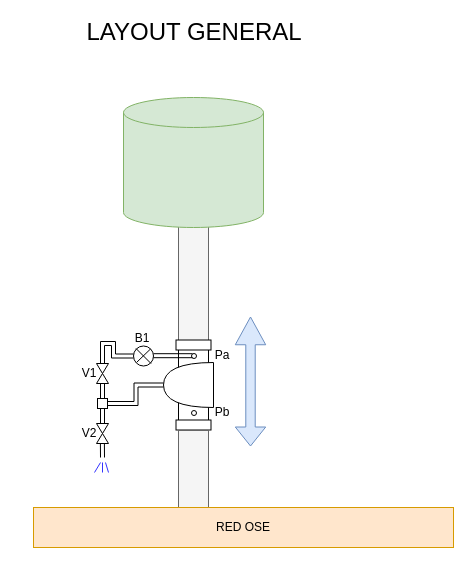
Earlier version of the draw.io diagram page "GeneralView" (1 of 8) of FLOWCHART.drawio (DptoProyectos/Tablero-Control-Reguladora). Source tidied: cells renumbered, new cells numbered last; positions are measured from the earlier drawing's top-left corner, leaving out a move shared by most shapes. Both pictures are drawn from the tidied source at 100%, with x=0, y=0 at pixel (33, 17).
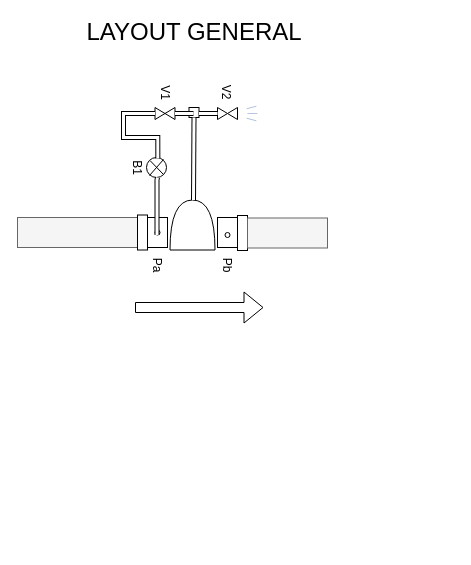
The same diagram, later.

Change to the diagram source:
```diff
@@
+    <mxCell id="38" value="&lt;font style=&quot;font-size: 24px;&quot;&gt;LAYOUT GENERAL&lt;/font&gt;" style="text;html=1;strokeColor=none;fillColor=none;align=center;verticalAlign=middle;whiteSpace=wrap;rounded=0;strokeWidth=8;" parent="1" vertex="1">
+      <mxGeometry x="35.5" width="250" height="30" as="geometry" />
+    </mxCell>
-    <mxCell id="2" style="rounded=0;whiteSpace=wrap;html=1;rotation=90;fillColor=#f5f5f5;fontColor=#333333;strokeColor=#666666;" parent="1" vertex="1">
-      <mxGeometry x="100" y="250" width="120" height="30" as="geometry" />
+    <mxCell id="2" style="rounded=0;whiteSpace=wrap;html=1;rotation=180;fillColor=#f5f5f5;fontColor=#333333;strokeColor=#666666;" parent="1" vertex="1">
+      <mxGeometry x="-16" y="200" width="120" height="30" as="geometry" />
     </mxCell>
-    <mxCell id="3" style="shape=cylinder3;whiteSpace=wrap;html=1;boundedLbl=1;backgroundOutline=1;size=15;fillColor=#d5e8d4;strokeColor=#82b366;" parent="1" vertex="1">
-      <mxGeometry x="90" y="80" width="140" height="130" as="geometry" />
-    </mxCell>
-    <mxCell id="4" style="rounded=0;whiteSpace=wrap;html=1;rotation=90;" parent="1" vertex="1">
-      <mxGeometry x="150" y="327" width="20" height="30" as="geometry" />
+    <mxCell id="4" style="rounded=0;whiteSpace=wrap;html=1;rotation=180;" parent="1" vertex="1">
+      <mxGeometry x="184" y="200" width="20" height="30" as="geometry" />
     </mxCell>
-    <mxCell id="5" style="rounded=0;whiteSpace=wrap;html=1;rotation=90;" parent="1" vertex="1">
-      <mxGeometry x="155" y="310" width="10" height="35" as="geometry" />
+    <mxCell id="5" style="rounded=0;whiteSpace=wrap;html=1;rotation=180;" parent="1" vertex="1">
+      <mxGeometry x="204" y="198" width="10" height="35" as="geometry" />
     </mxCell>
-    <mxCell id="6" style="rounded=0;whiteSpace=wrap;html=1;rotation=90;" parent="1" vertex="1">
-      <mxGeometry x="150" y="380" width="20" height="30" as="geometry" />
+    <mxCell id="6" style="rounded=0;whiteSpace=wrap;html=1;rotation=180;" parent="1" vertex="1">
+      <mxGeometry x="114" y="200" width="20" height="30" as="geometry" />
     </mxCell>
-    <mxCell id="7" style="shape=or;whiteSpace=wrap;html=1;rotation=-180;" parent="1" vertex="1">
-      <mxGeometry x="130" y="345" width="50" height="45" as="geometry" />
+    <mxCell id="7" style="shape=or;whiteSpace=wrap;html=1;rotation=-90;" parent="1" vertex="1">
+      <mxGeometry x="134" y="185" width="50" height="45" as="geometry" />
     </mxCell>
-    <mxCell id="8" style="rounded=0;whiteSpace=wrap;html=1;rotation=90;" parent="1" vertex="1">
-      <mxGeometry x="155" y="390" width="10" height="35" as="geometry" />
+    <mxCell id="8" style="rounded=0;whiteSpace=wrap;html=1;rotation=-180;" parent="1" vertex="1">
+      <mxGeometry x="104" y="197.5" width="10" height="35" as="geometry" />
     </mxCell>
-    <mxCell id="9" style="rounded=0;whiteSpace=wrap;html=1;rotation=90;fillColor=#f5f5f5;fontColor=#333333;strokeColor=#666666;" parent="1" vertex="1">
-      <mxGeometry x="120" y="438" width="80" height="30" as="geometry" />
+    <mxCell id="9" style="rounded=0;whiteSpace=wrap;html=1;rotation=180;fillColor=#f5f5f5;fontColor=#333333;strokeColor=#666666;" parent="1" vertex="1">
+      <mxGeometry x="214" y="200.5" width="80" height="30" as="geometry" />
     </mxCell>
-    <mxCell id="10" value="RED OSE" style="rounded=0;whiteSpace=wrap;html=1;rotation=0;fillColor=#ffe6cc;strokeColor=#d79b00;" parent="1" vertex="1">
-      <mxGeometry y="490" width="420" height="40" as="geometry" />
-    </mxCell>
-    <mxCell id="11" style="ellipse;whiteSpace=wrap;html=1;" parent="1" vertex="1">
-      <mxGeometry x="158" y="336" width="5" height="5" as="geometry" />
+    <mxCell id="11" style="ellipse;whiteSpace=wrap;html=1;rotation=90;" parent="1" vertex="1">
+      <mxGeometry x="191.5" y="215" width="5" height="5" as="geometry" />
     </mxCell>
-    <mxCell id="12" style="ellipse;whiteSpace=wrap;html=1;" parent="1" vertex="1">
-      <mxGeometry x="158" y="393" width="5" height="5" as="geometry" />
+    <mxCell id="12" style="ellipse;whiteSpace=wrap;html=1;rotation=90;" parent="1" vertex="1">
+      <mxGeometry x="121.5" y="212.5" width="5" height="5" as="geometry" />
     </mxCell>
-    <mxCell id="13" style="shape=flexArrow;endArrow=classic;startArrow=classic;html=1;rounded=0;width=9.411764705882353;endSize=8.91764705882353;fillColor=#dae8fc;strokeColor=#6c8ebf;" parent="1" edge="1">
-      <mxGeometry relative="1" as="geometry">
-        <mxPoint x="217" y="429" as="sourcePoint" />
-        <mxPoint x="217" y="299" as="targetPoint" />
-      </mxGeometry>
-    </mxCell>
-    <mxCell id="14" value="Pa" style="text;html=1;strokeColor=none;fillColor=none;align=center;verticalAlign=middle;whiteSpace=wrap;rounded=0;" parent="1" vertex="1">
-      <mxGeometry x="159" y="322.5" width="60" height="30" as="geometry" />
+    <mxCell id="14" value="Pa" style="text;html=1;strokeColor=none;fillColor=none;align=center;verticalAlign=middle;whiteSpace=wrap;rounded=0;rotation=90;" parent="1" vertex="1">
+      <mxGeometry x="94" y="233" width="60" height="30" as="geometry" />
     </mxCell>
-    <mxCell id="15" value="Pb" style="text;html=1;strokeColor=none;fillColor=none;align=center;verticalAlign=middle;whiteSpace=wrap;rounded=0;" parent="1" vertex="1">
-      <mxGeometry x="159" y="380" width="60" height="30" as="geometry" />
+    <mxCell id="15" value="Pb" style="text;html=1;strokeColor=none;fillColor=none;align=center;verticalAlign=middle;whiteSpace=wrap;rounded=0;rotation=90;" parent="1" vertex="1">
+      <mxGeometry x="164" y="233" width="60" height="30" as="geometry" />
     </mxCell>
-    <mxCell id="16" style="edgeStyle=orthogonalEdgeStyle;rounded=0;jettySize=auto;html=1;entryX=0;entryY=0.5;entryDx=0;entryDy=0;shape=link;strokeWidth=1;" parent="1" edge="1" source="21" target="19">
-      <mxGeometry relative="1" as="geometry" />
-    </mxCell>
-    <mxCell id="17" style="group;rotation=-90;" parent="1" vertex="1">
-      <mxGeometry x="59" y="350" width="20" height="12" as="geometry" />
+    <mxCell id="17" style="group;rotation=0;" parent="1" vertex="1">
+      <mxGeometry x="184" y="90" width="20" height="12" as="geometry" />
     </mxCell>
-    <mxCell id="18" style="triangle;whiteSpace=wrap;html=1;rotation=-90;" parent="17" vertex="1">
-      <mxGeometry x="5" y="5" width="10" height="12" as="geometry" />
+    <mxCell id="18" style="triangle;whiteSpace=wrap;html=1;rotation=0;" parent="17" vertex="1">
+      <mxGeometry width="10" height="12" as="geometry" />
     </mxCell>
-    <mxCell id="19" style="triangle;whiteSpace=wrap;html=1;rotation=-270;" parent="17" vertex="1">
-      <mxGeometry x="5" y="-5" width="10" height="12" as="geometry" />
+    <mxCell id="19" style="triangle;whiteSpace=wrap;html=1;rotation=-180;" parent="17" vertex="1">
+      <mxGeometry x="10" width="10" height="12" as="geometry" />
     </mxCell>
-    <mxCell id="20" style="group;" parent="1" vertex="1">
-      <mxGeometry x="100" y="328.5" width="20" height="20" as="geometry" />
+    <mxCell id="20" style="group;rotation=90;" parent="1" vertex="1">
+      <mxGeometry x="113" y="140" width="20" height="20" as="geometry" />
     </mxCell>
-    <mxCell id="21" style="ellipse;whiteSpace=wrap;html=1;" parent="20" vertex="1">
+    <mxCell id="21" style="ellipse;whiteSpace=wrap;html=1;rotation=90;" parent="20" vertex="1">
       <mxGeometry width="20" height="20" as="geometry" />
     </mxCell>
@@
     <mxCell id="23" style="endArrow=none;html=1;rounded=0;" parent="20" edge="1">
       <mxGeometry relative="1" as="geometry">
-        <mxPoint x="2.5" y="2.5" as="sourcePoint" />
-        <mxPoint x="17.5" y="17.5" as="targetPoint" />
+        <mxPoint x="17" y="2" as="sourcePoint" />
+        <mxPoint x="3" y="18" as="targetPoint" />
       </mxGeometry>
     </mxCell>
-    <mxCell id="24" style="edgeStyle=orthogonalEdgeStyle;rounded=0;jettySize=auto;html=1;entryX=1;entryY=0.5;entryDx=0;entryDy=0;shape=link;strokeWidth=1;" parent="1" edge="1" target="21">
-      <mxGeometry relative="1" as="geometry">
-        <mxPoint x="159" y="338.2" as="sourcePoint" />
-      </mxGeometry>
-    </mxCell>
-    <mxCell id="25" style="group;rotation=-90;" parent="1" vertex="1">
-      <mxGeometry x="59" y="410" width="20" height="12" as="geometry" />
-    </mxCell>
-    <mxCell id="26" style="triangle;whiteSpace=wrap;html=1;rotation=-90;" parent="25" vertex="1">
-      <mxGeometry x="5" y="5" width="10" height="12" as="geometry" />
-    </mxCell>
-    <mxCell id="27" style="triangle;whiteSpace=wrap;html=1;rotation=-270;" parent="25" vertex="1">
-      <mxGeometry x="5" y="-5" width="10" height="12" as="geometry" />
-    </mxCell>
-    <mxCell id="28" style="edgeStyle=orthogonalEdgeStyle;shape=link;rounded=0;jettySize=auto;html=1;strokeWidth=1;exitX=0;exitY=0.5;exitDx=0;exitDy=0;" parent="1" edge="1" source="27">
-      <mxGeometry relative="1" as="geometry">
-        <mxPoint x="69" y="380" as="targetPoint" />
-      </mxGeometry>
-    </mxCell>
-    <mxCell id="29" style="edgeStyle=orthogonalEdgeStyle;shape=link;rounded=0;jettySize=auto;html=1;entryX=1;entryY=0.5;entryDx=0;entryDy=0;entryPerimeter=0;strokeWidth=1;exitX=0;exitY=0.5;exitDx=0;exitDy=0;" parent="1" edge="1" source="18" target="7">
-      <mxGeometry relative="1" as="geometry" />
-    </mxCell>
+    <mxCell id="39" style="edgeStyle=elbowEdgeStyle;rounded=0;jettySize=auto;elbow=vertical;html=1;exitX=0.5;exitY=0;exitDx=0;exitDy=0;strokeColor=#FFFFFF;strokeWidth=5;" parent="1" edge="1" source="30">
+      <mxGeometry relative="1" as="geometry">
+        <mxPoint x="160" y="140" as="targetPoint" />
+      </mxGeometry>
+    </mxCell>
+    <mxCell id="40" style="edgeStyle=elbowEdgeStyle;rounded=0;jettySize=auto;elbow=vertical;html=1;exitX=0.5;exitY=1;exitDx=0;exitDy=0;strokeColor=#FFFFFF;strokeWidth=5;" parent="1" edge="1" source="30">
+      <mxGeometry relative="1" as="geometry">
+        <mxPoint x="154" y="150" as="targetPoint" />
+      </mxGeometry>
+    </mxCell>
+    <mxCell id="41" style="edgeStyle=elbowEdgeStyle;rounded=0;jettySize=auto;elbow=vertical;html=1;exitX=0;exitY=0.5;exitDx=0;exitDy=0;strokeColor=#FFFFFF;strokeWidth=5;" parent="1" edge="1" source="30">
+      <mxGeometry relative="1" as="geometry">
+        <mxPoint x="159" y="120" as="targetPoint" />
+      </mxGeometry>
+    </mxCell>
+    <mxCell id="42" style="edgeStyle=elbowEdgeStyle;rounded=0;jettySize=auto;elbow=vertical;html=1;endSize=5;strokeColor=#FFFFFF;strokeWidth=5;" parent="1" edge="1" source="30" target="32">
+      <mxGeometry relative="1" as="geometry" />
+    </mxCell>
-    <mxCell id="30" style="rounded=0;whiteSpace=wrap;html=1;" parent="1" vertex="1">
-      <mxGeometry x="64" y="381" width="10" height="10" as="geometry" />
+    <mxCell id="30" style="rounded=0;whiteSpace=wrap;html=1;rotation=90;" parent="1" vertex="1">
+      <mxGeometry x="155.5" y="90" width="10" height="10" as="geometry" />
     </mxCell>
-    <mxCell id="31" style="edgeStyle=orthogonalEdgeStyle;shape=link;rounded=0;orthogonalLoop=1;jettySize=auto;html=1;strokeWidth=1;" parent="1" edge="1">
-      <mxGeometry relative="1" as="geometry">
-        <mxPoint x="69" y="440" as="sourcePoint" />
-        <mxPoint x="68.9" y="426" as="targetPoint" />
-      </mxGeometry>
-    </mxCell>
-    <mxCell id="32" value="B1" style="text;html=1;strokeColor=none;fillColor=none;align=center;verticalAlign=middle;whiteSpace=wrap;rounded=0;" parent="1" vertex="1">
-      <mxGeometry x="79" y="306" width="60" height="30" as="geometry" />
+    <mxCell id="32" value="&lt;br&gt;B1" style="text;html=1;strokeColor=none;fillColor=none;align=center;verticalAlign=middle;whiteSpace=wrap;rounded=0;rotation=90;" parent="1" vertex="1">
+      <mxGeometry x="81.5" y="135" width="60" height="30" as="geometry" />
     </mxCell>
+    <mxCell id="43" style="edgeStyle=elbowEdgeStyle;rounded=0;jettySize=auto;elbow=vertical;html=1;strokeColor=#FFFFFF;strokeWidth=5;" parent="1" edge="1" source="33" target="21">
+      <mxGeometry relative="1" as="geometry" />
+    </mxCell>
+    <mxCell id="44" style="edgeStyle=elbowEdgeStyle;rounded=0;jettySize=auto;elbow=vertical;html=1;strokeColor=#FFFFFF;strokeWidth=5;" parent="1" edge="1" source="33" target="21">
+      <mxGeometry relative="1" as="geometry" />
+    </mxCell>
-    <mxCell id="33" value="V1" style="text;html=1;strokeColor=none;fillColor=none;align=center;verticalAlign=middle;whiteSpace=wrap;rounded=0;" parent="1" vertex="1">
-      <mxGeometry x="26" y="341" width="60" height="30" as="geometry" />
+    <mxCell id="33" value="V1" style="text;html=1;strokeColor=none;fillColor=none;align=center;verticalAlign=middle;whiteSpace=wrap;rounded=0;rotation=90;" parent="1" vertex="1">
+      <mxGeometry x="101.5" y="60" width="60" height="30" as="geometry" />
     </mxCell>
-    <mxCell id="34" value="V2" style="text;html=1;strokeColor=none;fillColor=none;align=center;verticalAlign=middle;whiteSpace=wrap;rounded=0;" parent="1" vertex="1">
-      <mxGeometry x="26" y="401" width="60" height="30" as="geometry" />
+    <mxCell id="34" value="V2" style="text;html=1;strokeColor=none;fillColor=none;align=center;verticalAlign=middle;whiteSpace=wrap;rounded=0;rotation=90;" parent="1" vertex="1">
+      <mxGeometry x="163" y="60" width="60" height="30" as="geometry" />
     </mxCell>
-    <mxCell id="35" style="endArrow=none;html=1;rounded=0;strokeWidth=1;strokeColor=#3333FF;" parent="1" edge="1">
-      <mxGeometry relative="1" as="geometry">
-        <mxPoint x="61" y="455" as="sourcePoint" />
-        <mxPoint x="67" y="445" as="targetPoint" />
-      </mxGeometry>
-    </mxCell>
-    <mxCell id="36" style="endArrow=none;html=1;rounded=0;strokeWidth=1;strokeColor=#3333FF;" parent="1" edge="1">
-      <mxGeometry relative="1" as="geometry">
-        <mxPoint x="69" y="455" as="sourcePoint" />
-        <mxPoint x="69" y="445" as="targetPoint" />
-      </mxGeometry>
-    </mxCell>
-    <mxCell id="37" style="endArrow=none;html=1;rounded=0;strokeWidth=1;strokeColor=#3333FF;" parent="1" edge="1">
-      <mxGeometry relative="1" as="geometry">
-        <mxPoint x="75" y="455" as="sourcePoint" />
-        <mxPoint x="72" y="445" as="targetPoint" />
-      </mxGeometry>
-    </mxCell>
-    <mxCell id="38" value="&lt;font style=&quot;font-size: 24px;&quot;&gt;LAYOUT GENERAL&lt;/font&gt;" style="text;html=1;strokeColor=none;fillColor=none;align=center;verticalAlign=middle;whiteSpace=wrap;rounded=0;strokeWidth=8;" parent="1" vertex="1">
-      <mxGeometry x="35.5" width="250" height="30" as="geometry" />
-    </mxCell>
+    <mxCell id="45" style="group;rotation=0;" parent="1" vertex="1">
+      <mxGeometry x="121.5" y="90" width="20" height="12" as="geometry" />
+    </mxCell>
+    <mxCell id="46" style="triangle;whiteSpace=wrap;html=1;rotation=0;" parent="45" vertex="1">
+      <mxGeometry width="10" height="12" as="geometry" />
+    </mxCell>
+    <mxCell id="47" style="triangle;whiteSpace=wrap;html=1;rotation=-180;" parent="45" vertex="1">
+      <mxGeometry x="10" width="10" height="12" as="geometry" />
+    </mxCell>
+    <mxCell id="48" style="shape=flexArrow;endArrow=classic;html=1;rounded=0;" parent="1" edge="1">
+      <mxGeometry relative="1" as="geometry">
+        <mxPoint x="101.5" y="290" as="sourcePoint" />
+        <mxPoint x="230" y="290" as="targetPoint" />
+      </mxGeometry>
+    </mxCell>
+    <mxCell id="49" style="shape=filledEdge;rounded=0;fixDash=1;endArrow=none;strokeWidth=5;fillColor=#ffffff;edgeStyle=elbowEdgeStyle;elbow=vertical;" parent="1" edge="1">
+      <mxGeometry relative="1" as="geometry">
+        <mxPoint x="123.5" y="217.5" as="sourcePoint" />
+        <mxPoint x="124" y="160" as="targetPoint" />
+        <Array as="points">
+          <mxPoint x="169.5" y="162.5" />
+        </Array>
+      </mxGeometry>
+    </mxCell>
+    <mxCell id="50" style="line;strokeWidth=0.5;html=1;perimeter=backbonePerimeter;fillColor=#dae8fc;strokeColor=#6c8ebf;" parent="1" vertex="1">
+      <mxGeometry x="214" y="91" width="10" height="10" as="geometry" />
+    </mxCell>
+    <mxCell id="51" style="line;strokeWidth=0.5;html=1;perimeter=backbonePerimeter;fillColor=#dae8fc;strokeColor=#6c8ebf;rotation=15;" parent="1" vertex="1">
+      <mxGeometry x="213" y="97" width="10" height="10" as="geometry" />
+    </mxCell>
+    <mxCell id="52" style="line;strokeWidth=0.5;html=1;perimeter=backbonePerimeter;fillColor=#dae8fc;strokeColor=#6c8ebf;rotation=-15;" parent="1" vertex="1">
+      <mxGeometry x="213" y="85" width="10" height="10" as="geometry" />
+    </mxCell>
+    <mxCell id="53" style="shape=filledEdge;rounded=0;fixDash=1;endArrow=none;strokeWidth=5;fillColor=#ffffff;edgeStyle=orthogonalEdgeStyle;elbow=vertical;entryX=0.35;entryY=0.072;entryDx=0;entryDy=0;entryPerimeter=0;exitX=0;exitY=0.5;exitDx=0;exitDy=0;" parent="1" edge="1" source="46" target="32">
+      <mxGeometry relative="1" as="geometry">
+        <Array as="points">
+          <mxPoint x="90" y="96" />
+          <mxPoint x="90" y="120" />
+          <mxPoint x="124" y="120" />
+        </Array>
+      </mxGeometry>
+    </mxCell>
+    <mxCell id="54" style="shape=filledEdge;rounded=0;fixDash=1;endArrow=none;strokeWidth=5;fillColor=#ffffff;edgeStyle=orthogonalEdgeStyle;endSize=5;elbow=vertical;exitX=1;exitY=0.5;exitDx=0;exitDy=0;" parent="1" edge="1" source="30">
+      <mxGeometry relative="1" as="geometry">
+        <mxPoint x="160" y="182.5" as="targetPoint" />
+      </mxGeometry>
+    </mxCell>
+    <mxCell id="55" style="shape=filledEdge;rounded=0;fixDash=1;endArrow=none;strokeWidth=5;fillColor=#ffffff;edgeStyle=orthogonalEdgeStyle;endSize=5;elbow=vertical;exitX=0;exitY=0.5;exitDx=0;exitDy=0;" parent="1" edge="1" source="47">
+      <mxGeometry relative="1" as="geometry">
+        <mxPoint x="160" y="96" as="targetPoint" />
+      </mxGeometry>
+    </mxCell>
+    <mxCell id="56" style="shape=filledEdge;rounded=0;fixDash=1;endArrow=none;strokeWidth=5;fillColor=#ffffff;edgeStyle=orthogonalEdgeStyle;endSize=5;elbow=vertical;exitX=0;exitY=0.5;exitDx=0;exitDy=0;" parent="1" edge="1">
+      <mxGeometry relative="1" as="geometry">
+        <mxPoint x="165.5" y="96" as="sourcePoint" />
+        <mxPoint x="184" y="96" as="targetPoint" />
+      </mxGeometry>
+    </mxCell>
```
